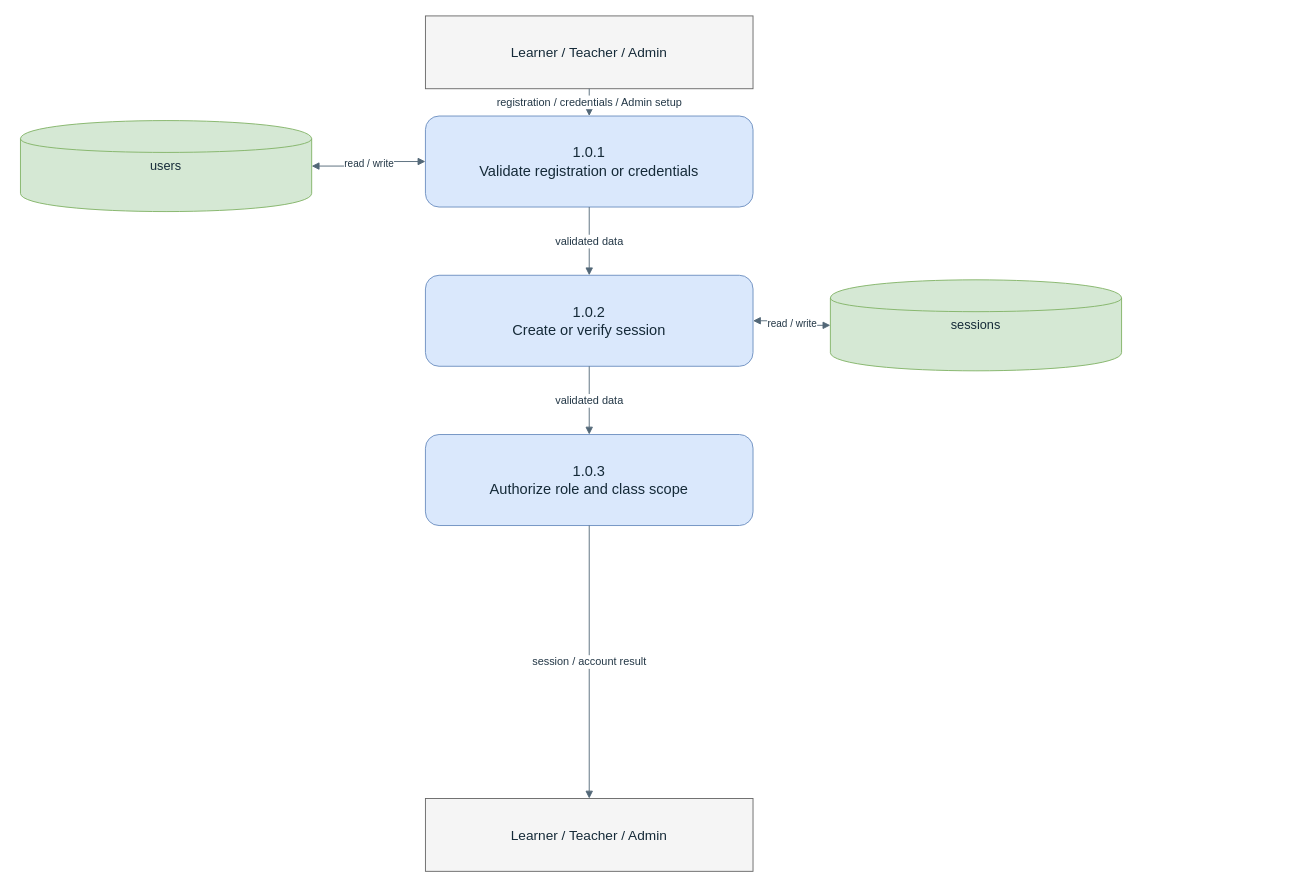
The draw.io diagram docs/thesis/chapter-3/diagrams/dfd-level-2-accounts.drawio in BootlegYouki/L.A.R.A, before the edit. Source tidied: cells renumbered, new cells numbered last; positions are measured from the earlier drawing's top-left corner, leaving out a move shared by most shapes. Both pictures are drawn from the tidied source at 91%, with x=0, y=0 at pixel (20, 15).
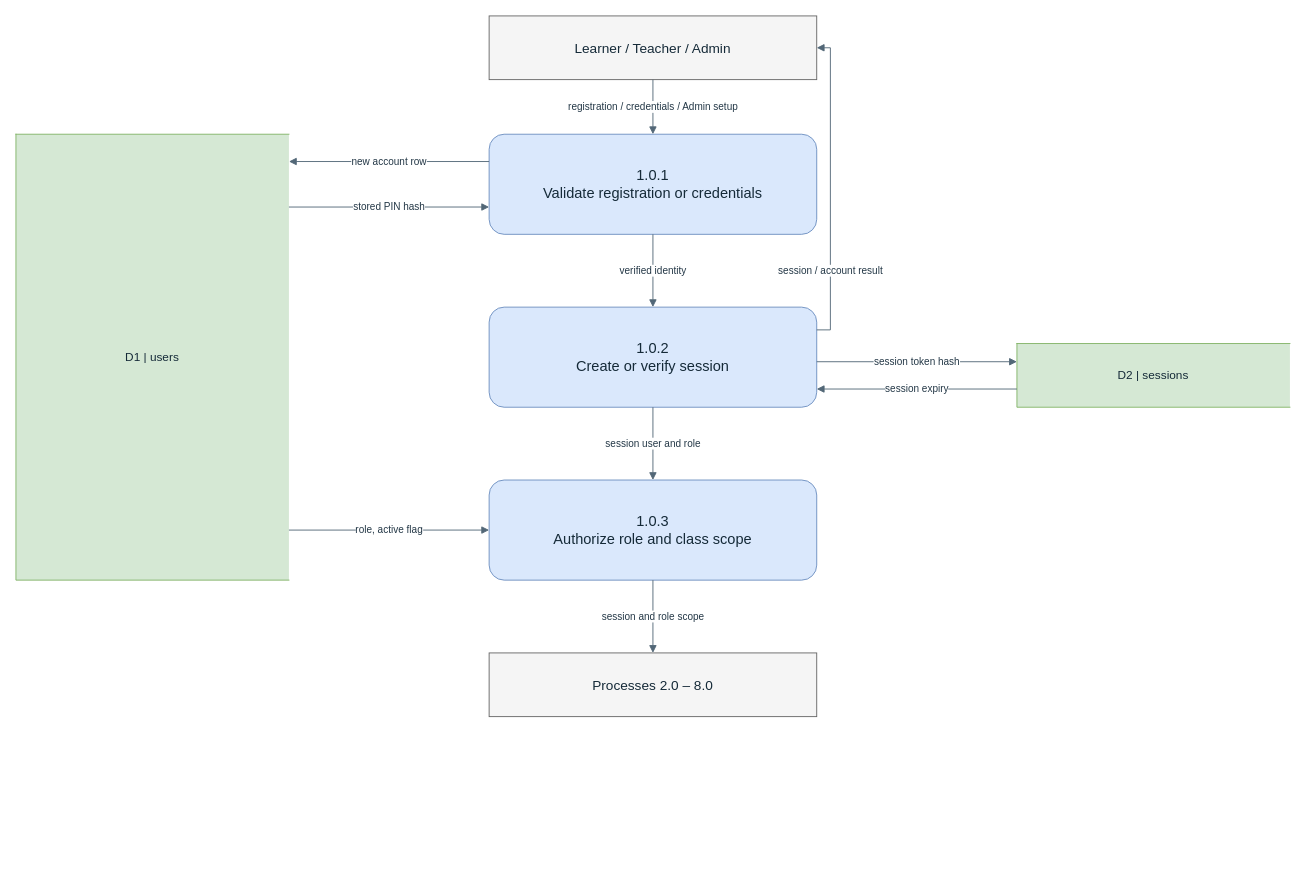
After the change.

The edit, as a diff of the source:
```diff
@@
     <mxCell id="2" value="Learner / Teacher / Admin" style="rounded=0;whiteSpace=wrap;html=1;fillColor=#f5f5f5;strokeColor=#666666;fontColor=#152a38;fontSize=15;align=center;verticalAlign=middle;spacing=6;" parent="1" vertex="1">
-      <mxGeometry x="445" width="360" height="80" as="geometry" />
+      <mxGeometry x="515" width="360" height="70" as="geometry" />
     </mxCell>
-    <mxCell id="3" value="Learner / Teacher / Admin" style="rounded=0;whiteSpace=wrap;html=1;fillColor=#f5f5f5;strokeColor=#666666;fontColor=#152a38;fontSize=15;align=center;verticalAlign=middle;spacing=6;" parent="1" vertex="1">
-      <mxGeometry x="445" y="860" width="360" height="80" as="geometry" />
+    <mxCell id="3" value="1.0.1&#10;Validate registration or credentials" style="rounded=1;whiteSpace=wrap;html=1;fillColor=#dae8fc;strokeColor=#6c8ebf;fontColor=#152a38;fontSize=16;align=center;verticalAlign=middle;spacing=6;" parent="1" vertex="1">
+      <mxGeometry x="515" y="130" width="360" height="110" as="geometry" />
     </mxCell>
-    <mxCell id="4" value="1.0.1&#10;Validate registration or credentials" style="rounded=1;whiteSpace=wrap;html=1;fillColor=#dae8fc;strokeColor=#6c8ebf;fontColor=#152a38;fontSize=16;align=center;verticalAlign=middle;spacing=6;" parent="1" vertex="1">
-      <mxGeometry x="445" y="110" width="360" height="100" as="geometry" />
+    <mxCell id="4" value="1.0.2&#10;Create or verify session" style="rounded=1;whiteSpace=wrap;html=1;fillColor=#dae8fc;strokeColor=#6c8ebf;fontColor=#152a38;fontSize=16;align=center;verticalAlign=middle;spacing=6;" parent="1" vertex="1">
+      <mxGeometry x="515" y="320" width="360" height="110" as="geometry" />
     </mxCell>
-    <mxCell id="5" value="1.0.2&#10;Create or verify session" style="rounded=1;whiteSpace=wrap;html=1;fillColor=#dae8fc;strokeColor=#6c8ebf;fontColor=#152a38;fontSize=16;align=center;verticalAlign=middle;spacing=6;" parent="1" vertex="1">
-      <mxGeometry x="445" y="285" width="360" height="100" as="geometry" />
+    <mxCell id="5" value="1.0.3&#10;Authorize role and class scope" style="rounded=1;whiteSpace=wrap;html=1;fillColor=#dae8fc;strokeColor=#6c8ebf;fontColor=#152a38;fontSize=16;align=center;verticalAlign=middle;spacing=6;" parent="1" vertex="1">
+      <mxGeometry x="515" y="510" width="360" height="110" as="geometry" />
     </mxCell>
-    <mxCell id="6" value="1.0.3&#10;Authorize role and class scope" style="rounded=1;whiteSpace=wrap;html=1;fillColor=#dae8fc;strokeColor=#6c8ebf;fontColor=#152a38;fontSize=16;align=center;verticalAlign=middle;spacing=6;" parent="1" vertex="1">
-      <mxGeometry x="445" y="460" width="360" height="100" as="geometry" />
+    <mxCell id="6" value="Processes 2.0 – 8.0" style="rounded=0;whiteSpace=wrap;html=1;fillColor=#f5f5f5;strokeColor=#666666;fontColor=#152a38;fontSize=15;align=center;verticalAlign=middle;spacing=6;" parent="1" vertex="1">
+      <mxGeometry x="515" y="700" width="360" height="70" as="geometry" />
     </mxCell>
-    <mxCell id="7" value="users" style="shape=cylinder;whiteSpace=wrap;html=1;fillColor=#d5e8d4;strokeColor=#82b366;fontColor=#152a38;fontSize=14;align=center;verticalAlign=middle;spacing=6;" parent="1" vertex="1">
-      <mxGeometry y="115" width="320" height="100" as="geometry" />
+    <mxCell id="7" value="D1 | users" style="shape=partialRectangle;left=1;right=0;top=1;bottom=1;whiteSpace=wrap;html=1;fillColor=#d5e8d4;strokeColor=#82b366;fontColor=#152a38;fontSize=13;align=center;verticalAlign=middle;spacing=5;" parent="1" vertex="1">
+      <mxGeometry x="-5" y="130" width="300" height="490" as="geometry" />
     </mxCell>
-    <mxCell id="8" value="sessions" style="shape=cylinder;whiteSpace=wrap;html=1;fillColor=#d5e8d4;strokeColor=#82b366;fontColor=#152a38;fontSize=14;align=center;verticalAlign=middle;spacing=6;" parent="1" vertex="1">
-      <mxGeometry x="890" y="290" width="320" height="100" as="geometry" />
+    <mxCell id="8" value="D2 | sessions" style="shape=partialRectangle;left=1;right=0;top=1;bottom=1;whiteSpace=wrap;html=1;fillColor=#d5e8d4;strokeColor=#82b366;fontColor=#152a38;fontSize=13;align=center;verticalAlign=middle;spacing=5;" parent="1" vertex="1">
+      <mxGeometry x="1095" y="360" width="300" height="70" as="geometry" />
     </mxCell>
-    <mxCell id="9" value="registration / credentials / Admin setup" style="edgeStyle=orthogonalEdgeStyle;rounded=0;jettySize=auto;html=1;strokeColor=#526777;fontColor=#233746;fontSize=12;endArrow=block;endFill=1;labelBackgroundColor=#ffffff;" parent="1" edge="1" source="2" target="4">
+    <mxCell id="9" value="registration / credentials / Admin setup" style="rounded=0;html=1;strokeColor=#526777;fontColor=#233746;fontSize=11;endArrow=block;endFill=1;labelBackgroundColor=#ffffff;exitX=0.5;exitY=1.0;exitDx=0;exitDy=0;entryX=0.5;entryY=0.0;entryDx=0;entryDy=0;" parent="1" edge="1" source="2" target="3">
       <mxGeometry relative="1" as="geometry" />
     </mxCell>
-    <mxCell id="10" value="validated data" style="edgeStyle=orthogonalEdgeStyle;rounded=0;jettySize=auto;html=1;strokeColor=#526777;fontColor=#233746;fontSize=12;endArrow=block;endFill=1;labelBackgroundColor=#ffffff;" parent="1" edge="1" source="4" target="5">
+    <mxCell id="10" value="new account row" style="rounded=0;html=1;strokeColor=#526777;fontColor=#233746;fontSize=11;endArrow=block;endFill=1;labelBackgroundColor=#ffffff;exitX=0.0;exitY=0.2727;exitDx=0;exitDy=0;entryX=1.0;entryY=0.0612;entryDx=0;entryDy=0;" parent="1" edge="1" source="3" target="7">
       <mxGeometry relative="1" as="geometry" />
     </mxCell>
-    <mxCell id="11" value="validated data" style="edgeStyle=orthogonalEdgeStyle;rounded=0;jettySize=auto;html=1;strokeColor=#526777;fontColor=#233746;fontSize=12;endArrow=block;endFill=1;labelBackgroundColor=#ffffff;" parent="1" edge="1" source="5" target="6">
+    <mxCell id="11" value="stored PIN hash" style="rounded=0;html=1;strokeColor=#526777;fontColor=#233746;fontSize=11;endArrow=block;endFill=1;labelBackgroundColor=#ffffff;exitX=1.0;exitY=0.1633;exitDx=0;exitDy=0;entryX=0.0;entryY=0.7273;entryDx=0;entryDy=0;" parent="1" edge="1" source="7" target="3">
       <mxGeometry relative="1" as="geometry" />
     </mxCell>
-    <mxCell id="12" value="session / account result" style="edgeStyle=orthogonalEdgeStyle;rounded=0;jettySize=auto;html=1;strokeColor=#526777;fontColor=#233746;fontSize=12;endArrow=block;endFill=1;labelBackgroundColor=#ffffff;" parent="1" edge="1" source="6" target="3">
+    <mxCell id="12" value="verified identity" style="rounded=0;html=1;strokeColor=#526777;fontColor=#233746;fontSize=11;endArrow=block;endFill=1;labelBackgroundColor=#ffffff;exitX=0.5;exitY=1.0;exitDx=0;exitDy=0;entryX=0.5;entryY=0.0;entryDx=0;entryDy=0;" parent="1" edge="1" source="3" target="4">
       <mxGeometry relative="1" as="geometry" />
     </mxCell>
-    <mxCell id="13" value="read / write" style="edgeStyle=orthogonalEdgeStyle;rounded=0;html=1;strokeColor=#526777;fontColor=#233746;fontSize=11;startArrow=block;endArrow=block;startFill=1;endFill=1;labelBackgroundColor=#ffffff;" parent="1" edge="1" source="4" target="7">
+    <mxCell id="13" value="session token hash" style="rounded=0;html=1;strokeColor=#526777;fontColor=#233746;fontSize=11;endArrow=block;endFill=1;labelBackgroundColor=#ffffff;exitX=1.0;exitY=0.5455;exitDx=0;exitDy=0;entryX=0.0;entryY=0.2857;entryDx=0;entryDy=0;" parent="1" edge="1" source="4" target="8">
       <mxGeometry relative="1" as="geometry" />
     </mxCell>
-    <mxCell id="14" value="read / write" style="edgeStyle=orthogonalEdgeStyle;rounded=0;html=1;strokeColor=#526777;fontColor=#233746;fontSize=11;startArrow=block;endArrow=block;startFill=1;endFill=1;labelBackgroundColor=#ffffff;" parent="1" edge="1" source="5" target="8">
+    <mxCell id="14" value="session expiry" style="rounded=0;html=1;strokeColor=#526777;fontColor=#233746;fontSize=11;endArrow=block;endFill=1;labelBackgroundColor=#ffffff;exitX=0.0;exitY=0.7143;exitDx=0;exitDy=0;entryX=1.0;entryY=0.8182;entryDx=0;entryDy=0;" parent="1" edge="1" source="8" target="4">
       <mxGeometry relative="1" as="geometry" />
     </mxCell>
+    <mxCell id="15" value="session / account result" style="rounded=0;html=1;strokeColor=#526777;fontColor=#233746;fontSize=11;endArrow=block;endFill=1;labelBackgroundColor=#ffffff;exitX=1.0;exitY=0.2273;exitDx=0;exitDy=0;entryX=1.0;entryY=0.5;entryDx=0;entryDy=0;" parent="1" edge="1" source="4" target="2">
+      <mxGeometry x="-0.53" relative="1" as="geometry">
+        <Array as="points">
+          <mxPoint x="890" y="345" />
+          <mxPoint x="890" y="35" />
+        </Array>
+      </mxGeometry>
+    </mxCell>
+    <mxCell id="16" value="session user and role" style="rounded=0;html=1;strokeColor=#526777;fontColor=#233746;fontSize=11;endArrow=block;endFill=1;labelBackgroundColor=#ffffff;exitX=0.5;exitY=1.0;exitDx=0;exitDy=0;entryX=0.5;entryY=0.0;entryDx=0;entryDy=0;" parent="1" edge="1" source="4" target="5">
+      <mxGeometry relative="1" as="geometry" />
+    </mxCell>
+    <mxCell id="17" value="role, active flag" style="rounded=0;html=1;strokeColor=#526777;fontColor=#233746;fontSize=11;endArrow=block;endFill=1;labelBackgroundColor=#ffffff;exitX=1.0;exitY=0.8878;exitDx=0;exitDy=0;entryX=0.0;entryY=0.5;entryDx=0;entryDy=0;" parent="1" edge="1" source="7" target="5">
+      <mxGeometry relative="1" as="geometry" />
+    </mxCell>
+    <mxCell id="18" value="session and role scope" style="rounded=0;html=1;strokeColor=#526777;fontColor=#233746;fontSize=11;endArrow=block;endFill=1;labelBackgroundColor=#ffffff;exitX=0.5;exitY=1.0;exitDx=0;exitDy=0;entryX=0.5;entryY=0.0;entryDx=0;entryDy=0;" parent="1" edge="1" source="5" target="6">
+      <mxGeometry relative="1" as="geometry" />
+    </mxCell>
```
